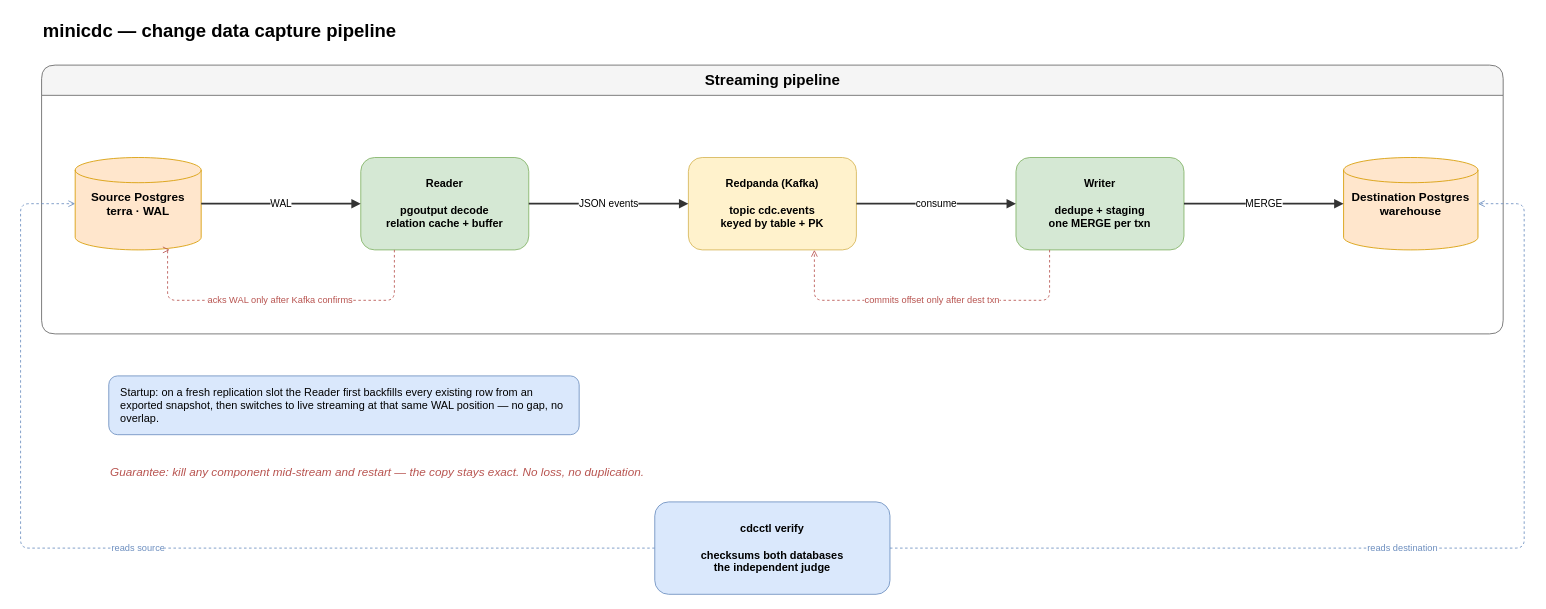
Above: docs/assets/architecture.drawio in BABTUNA/minicdc (draw.io), before the change. Source tidied: cells renumbered, new cells numbered last; positions are measured from the earlier drawing's top-left corner, leaving out a move shared by most shapes. Both pictures are drawn from the tidied source at 84%, with x=0, y=0 at pixel (20, 14).
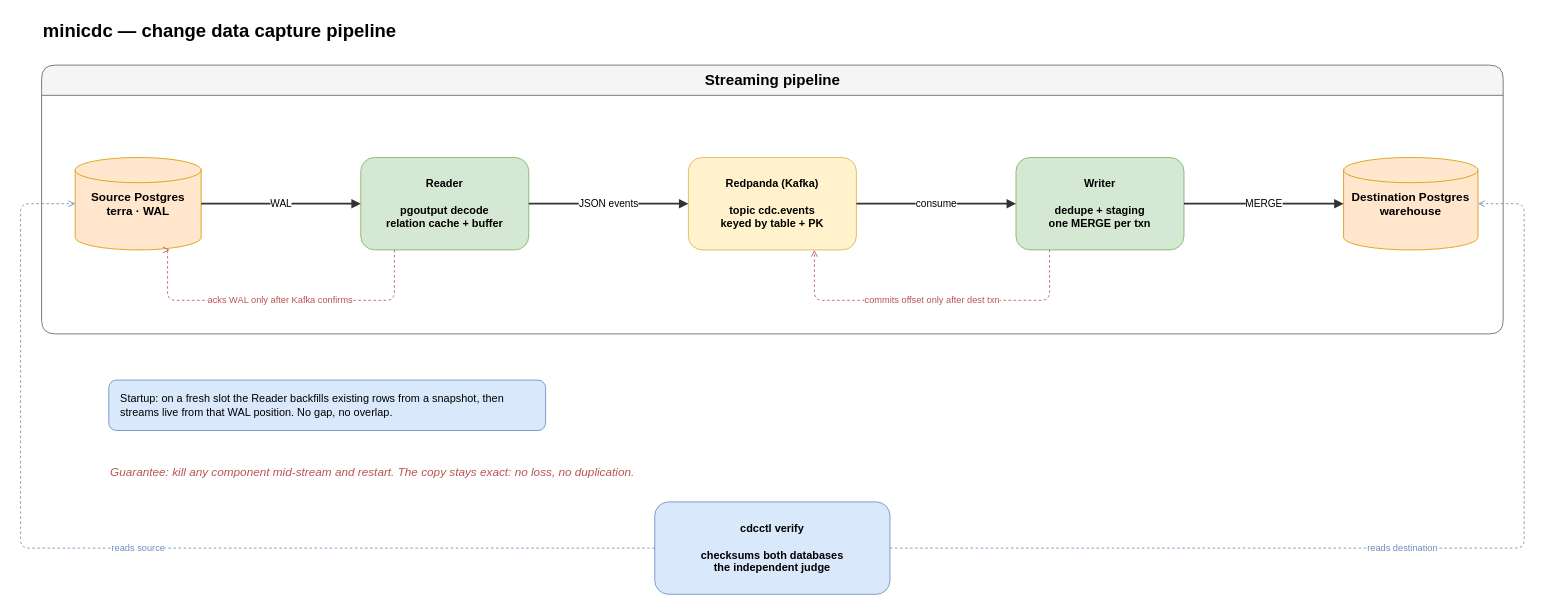
The same diagram, later.

Commit message (it also covers changes not shown here):
Diagram: shorten the backfill note and drop the dashes

What changed in the source:
```diff
@@
-    <mxCell id="17" value="Startup: on a fresh replication slot the Reader first backfills every existing row from an exported snapshot, then switches to live streaming at that same WAL position — no gap, no overlap." style="rounded=1;whiteSpace=wrap;html=1;fillColor=#dae8fc;strokeColor=#6c8ebf;fontSize=13;align=left;verticalAlign=middle;spacingLeft=12;spacingRight=12;" parent="1" vertex="1">
-      <mxGeometry x="105" y="430" width="560" height="70" as="geometry" />
+    <mxCell id="17" value="Startup: on a fresh slot the Reader backfills existing rows from a snapshot, then streams live from that WAL position. No gap, no overlap." style="rounded=1;whiteSpace=wrap;html=1;fillColor=#dae8fc;strokeColor=#6c8ebf;fontSize=13;align=left;verticalAlign=middle;spacingLeft=12;spacingRight=12;" parent="1" vertex="1">
+      <mxGeometry x="105" y="435" width="520" height="60" as="geometry" />
     </mxCell>
-    <mxCell id="18" value="Guarantee: kill any component mid-stream and restart — the copy stays exact. No loss, no duplication." style="text;html=1;strokeColor=none;fillColor=none;align=left;verticalAlign=middle;fontSize=14;fontStyle=2;fontColor=#b85450;" parent="1" vertex="1">
+    <mxCell id="18" value="Guarantee: kill any component mid-stream and restart. The copy stays exact: no loss, no duplication." style="text;html=1;strokeColor=none;fillColor=none;align=left;verticalAlign=middle;fontSize=14;fontStyle=2;fontColor=#b85450;" parent="1" vertex="1">
       <mxGeometry x="105" y="530" width="900" height="30" as="geometry" />
     </mxCell>
```
